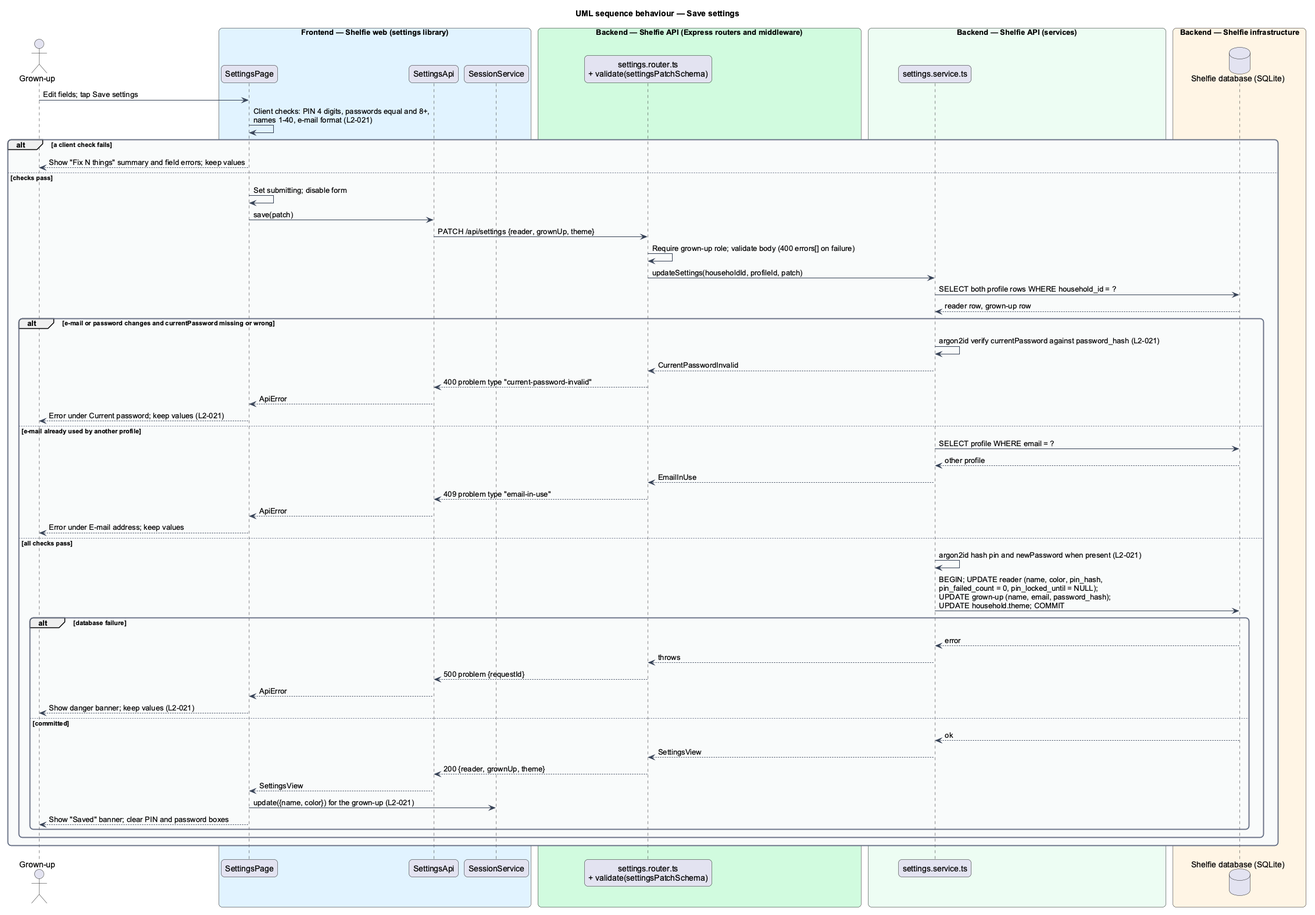
Before: docs/detailed-designs/settings/edit-household-settings/diagrams/sequence-save-settings.png, a diagram exported from PlantUML (QuinntyneBrown/shelfie). Its diagram source:
```plantuml
@startuml
title UML sequence behaviour — Save settings
skinparam backgroundColor #FFFFFF
skinparam shadowing false
skinparam roundcorner 12
skinparam defaultFontName Arial
skinparam ArrowColor #344054
skinparam rectangle {
  BorderColor #344054
  FontColor #101828
}
skinparam package {
  BorderColor #667085
  FontColor #101828
  BackgroundColor #F9FAFB
}
actor "Grown-up" as grownUp
box "Frontend — Shelfie web (settings library)" #E0F2FE
  participant "SettingsPage" as page
  participant "SettingsApi" as client
  participant "SessionService" as session
end box
box "Backend — Shelfie API (Express routers and middleware)" #D1FADF
  participant "settings.router.ts\n+ validate(settingsPatchSchema)" as router
end box
box "Backend — Shelfie API (services)" #ECFDF3
  participant "settings.service.ts" as service
end box
box "Backend — Shelfie infrastructure" #FFF4E5
  database "Shelfie database (SQLite)" as db
end box

grownUp -> page : Edit fields; tap Save settings
page -> page : Client checks: PIN 4 digits, passwords equal and 8+,\nnames 1-40, e-mail format (L2-021)
alt a client check fails
  page --> grownUp : Show "Fix N things" summary and field errors; keep values
else checks pass
  page -> page : Set submitting; disable form
  page -> client : save(patch)
  client -> router : PATCH /api/settings {reader, grownUp, theme}
  router -> router : Require grown-up role; validate body (400 errors[] on failure)
  router -> service : updateSettings(householdId, profileId, patch)
  service -> db : SELECT both profile rows WHERE household_id = ?
  db --> service : reader row, grown-up row
  alt e-mail or password changes and currentPassword missing or wrong
    service -> service : argon2id verify currentPassword against password_hash (L2-021)
    service --> router : CurrentPasswordInvalid
    router --> client : 400 problem type "current-password-invalid"
    client --> page : ApiError
    page --> grownUp : Error under Current password; keep values (L2-021)
  else e-mail already used by another profile
    service -> db : SELECT profile WHERE email = ?
    db --> service : other profile
    service --> router : EmailInUse
    router --> client : 409 problem type "email-in-use"
    client --> page : ApiError
    page --> grownUp : Error under E-mail address; keep values
  else all checks pass
    service -> service : argon2id hash pin and newPassword when present (L2-021)
    service -> db : BEGIN; UPDATE reader (name, color, pin_hash,\npin_failed_count = 0, pin_locked_until = NULL);\nUPDATE grown-up (name, email, password_hash);\nUPDATE household.theme; COMMIT
    alt database failure
      db --> service : error
      service --> router : throws
      router --> client : 500 problem {requestId}
      client --> page : ApiError
      page --> grownUp : Show danger banner; keep values (L2-021)
    else committed
      db --> service : ok
      service --> router : SettingsView
      router --> client : 200 {reader, grownUp, theme}
      client --> page : SettingsView
      page -> session : update({name, color}) for the grown-up (L2-021)
      page --> grownUp : Show "Saved" banner; clear PIN and password boxes
    end
  end
end
@enduml
```
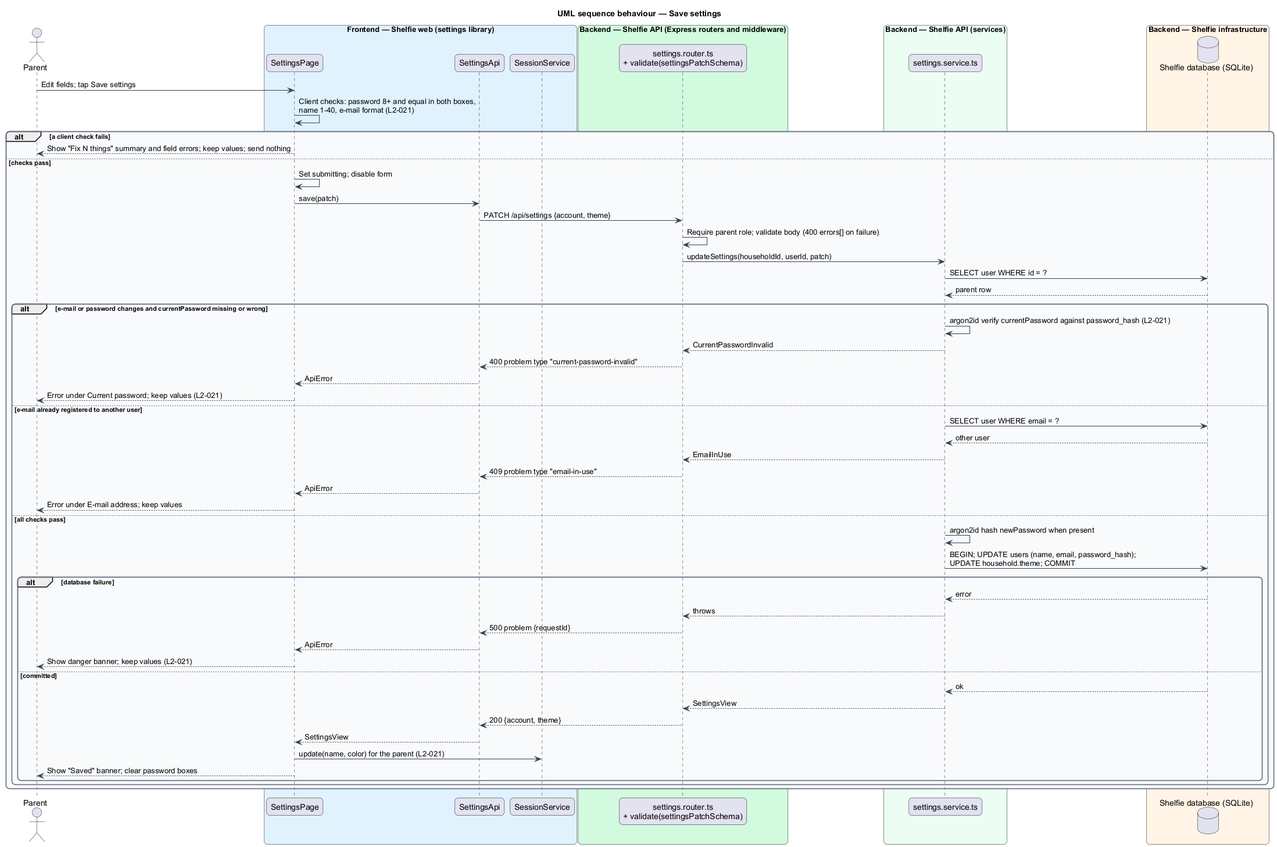
After the commit.

The edit, as a diff of the source:
```diff
@@ -14,7 +14,7 @@
   FontColor #101828
   BackgroundColor #F9FAFB
 }
-actor "Grown-up" as grownUp
+actor "Parent" as parent
 box "Frontend — Shelfie web (settings library)" #E0F2FE
   participant "SettingsPage" as page
   participant "SettingsApi" as client
@@ -30,47 +30,47 @@
   database "Shelfie database (SQLite)" as db
 end box
 
-grownUp -> page : Edit fields; tap Save settings
-page -> page : Client checks: PIN 4 digits, passwords equal and 8+,\nnames 1-40, e-mail format (L2-021)
+parent -> page : Edit fields; tap Save settings
+page -> page : Client checks: password 8+ and equal in both boxes,\nname 1-40, e-mail format (L2-021)
 alt a client check fails
-  page --> grownUp : Show "Fix N things" summary and field errors; keep values
+  page --> parent : Show "Fix N things" summary and field errors; keep values; send nothing
 else checks pass
   page -> page : Set submitting; disable form
   page -> client : save(patch)
-  client -> router : PATCH /api/settings {reader, grownUp, theme}
-  router -> router : Require grown-up role; validate body (400 errors[] on failure)
-  router -> service : updateSettings(householdId, profileId, patch)
-  service -> db : SELECT both profile rows WHERE household_id = ?
-  db --> service : reader row, grown-up row
+  client -> router : PATCH /api/settings {account, theme}
+  router -> router : Require parent role; validate body (400 errors[] on failure)
+  router -> service : updateSettings(householdId, userId, patch)
+  service -> db : SELECT user WHERE id = ?
+  db --> service : parent row
   alt e-mail or password changes and currentPassword missing or wrong
     service -> service : argon2id verify currentPassword against password_hash (L2-021)
     service --> router : CurrentPasswordInvalid
     router --> client : 400 problem type "current-password-invalid"
     client --> page : ApiError
-    page --> grownUp : Error under Current password; keep values (L2-021)
-  else e-mail already used by another profile
-    service -> db : SELECT profile WHERE email = ?
-    db --> service : other profile
+    page --> parent : Error under Current password; keep values (L2-021)
+  else e-mail already registered to another user
+    service -> db : SELECT user WHERE email = ?
+    db --> service : other user
     service --> router : EmailInUse
     router --> client : 409 problem type "email-in-use"
     client --> page : ApiError
-    page --> grownUp : Error under E-mail address; keep values
+    page --> parent : Error under E-mail address; keep values
   else all checks pass
-    service -> service : argon2id hash pin and newPassword when present (L2-021)
-    service -> db : BEGIN; UPDATE reader (name, color, pin_hash,\npin_failed_count = 0, pin_locked_until = NULL);\nUPDATE grown-up (name, email, password_hash);\nUPDATE household.theme; COMMIT
+    service -> service : argon2id hash newPassword when present
+    service -> db : BEGIN; UPDATE users (name, email, password_hash);\nUPDATE household.theme; COMMIT
     alt database failure
       db --> service : error
       service --> router : throws
       router --> client : 500 problem {requestId}
       client --> page : ApiError
-      page --> grownUp : Show danger banner; keep values (L2-021)
+      page --> parent : Show danger banner; keep values (L2-021)
     else committed
       db --> service : ok
       service --> router : SettingsView
-      router --> client : 200 {reader, grownUp, theme}
+      router --> client : 200 {account, theme}
       client --> page : SettingsView
-      page -> session : update({name, color}) for the grown-up (L2-021)
-      page --> grownUp : Show "Saved" banner; clear PIN and password boxes
+      page -> session : update(name, color) for the parent (L2-021)
+      page --> parent : Show "Saved" banner; clear password boxes
     end
   end
 end
```
